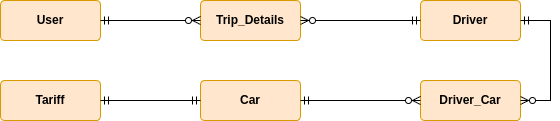
Above: docs/conceptual-model.png in 31esc/bd-project (draw.io), before the change. Source tidied: cells renumbered, new cells last; positions are measured from the earlier drawing's top-left corner, leaving out a move shared by most shapes. Its diagram source:
```xml
<mxGraphModel>
  <root>
    <mxCell id="0" />
    <mxCell id="1" parent="0" />
    <mxCell id="2" value="&lt;span style=&quot;font-weight: 700; text-wrap: nowrap;&quot;&gt;User&lt;/span&gt;" style="rounded=1;arcSize=10;whiteSpace=wrap;html=1;align=center;fillColor=#ffe6cc;strokeColor=#d79b00;" parent="1" vertex="1">
      <mxGeometry width="100" height="40" as="geometry" />
    </mxCell>
    <mxCell id="3" value="&lt;span style=&quot;font-family: Arial; font-weight: 700;&quot;&gt;Trip_Details&lt;/span&gt;" style="rounded=1;arcSize=10;whiteSpace=wrap;html=1;align=center;fillColor=#ffe6cc;strokeColor=#d79b00;" parent="1" vertex="1">
      <mxGeometry x="200" width="100" height="40" as="geometry" />
    </mxCell>
    <mxCell id="4" value="&lt;span style=&quot;font-weight: 700; text-wrap: nowrap;&quot;&gt;Driver&lt;/span&gt;" style="rounded=1;arcSize=10;whiteSpace=wrap;html=1;align=center;fillColor=#ffe6cc;strokeColor=#d79b00;" parent="1" vertex="1">
      <mxGeometry x="420" width="100" height="40" as="geometry" />
    </mxCell>
    <mxCell id="5" value="&lt;span style=&quot;font-weight: 700; text-wrap: nowrap;&quot;&gt;Driver_Car&lt;/span&gt;" style="rounded=1;arcSize=10;whiteSpace=wrap;html=1;align=center;fillColor=#ffe6cc;strokeColor=#d79b00;" parent="1" vertex="1">
      <mxGeometry x="420" y="80" width="100" height="40" as="geometry" />
    </mxCell>
    <mxCell id="6" value="&lt;span style=&quot;font-weight: 700; text-wrap: nowrap;&quot;&gt;Car&lt;/span&gt;" style="rounded=1;arcSize=10;whiteSpace=wrap;html=1;align=center;fillColor=#ffe6cc;strokeColor=#d79b00;" parent="1" vertex="1">
      <mxGeometry x="200" y="80" width="100" height="40" as="geometry" />
    </mxCell>
    <mxCell id="7" style="edgeStyle=entityRelationEdgeStyle;fontSize=12;html=1;endArrow=ERzeroToMany;startArrow=ERmandOne;rounded=0;exitX=1;exitY=0.5;exitDx=0;exitDy=0;entryX=0;entryY=0.5;entryDx=0;entryDy=0;" parent="1" edge="1" source="2" target="3">
      <mxGeometry relative="1" as="geometry" />
    </mxCell>
    <mxCell id="8" style="edgeStyle=entityRelationEdgeStyle;fontSize=12;html=1;endArrow=ERzeroToMany;startArrow=ERmandOne;rounded=0;exitX=0;exitY=0.5;exitDx=0;exitDy=0;entryX=1;entryY=0.5;entryDx=0;entryDy=0;" parent="1" edge="1" source="4" target="3">
      <mxGeometry relative="1" as="geometry">
        <Array as="points">
          <mxPoint x="350" y="20" />
        </Array>
      </mxGeometry>
    </mxCell>
    <mxCell id="9" style="edgeStyle=entityRelationEdgeStyle;fontSize=12;html=1;endArrow=ERzeroToMany;startArrow=ERmandOne;rounded=0;entryX=1;entryY=0.5;entryDx=0;entryDy=0;exitX=1;exitY=0.5;exitDx=0;exitDy=0;" parent="1" edge="1" source="4" target="5">
      <mxGeometry relative="1" as="geometry" />
    </mxCell>
    <mxCell id="10" style="edgeStyle=entityRelationEdgeStyle;fontSize=12;html=1;endArrow=ERzeroToMany;startArrow=ERmandOne;rounded=0;exitX=1;exitY=0.5;exitDx=0;exitDy=0;entryX=0;entryY=0.5;entryDx=0;entryDy=0;" parent="1" edge="1" source="6" target="5">
      <mxGeometry relative="1" as="geometry" />
    </mxCell>
    <mxCell id="11" value="&lt;span style=&quot;font-weight: 700; text-align: left;&quot;&gt;Tariff&lt;/span&gt;" style="rounded=1;arcSize=10;whiteSpace=wrap;html=1;align=center;fillColor=#ffe6cc;strokeColor=#d79b00;" parent="1" vertex="1">
      <mxGeometry y="80" width="100" height="40" as="geometry" />
    </mxCell>
    <mxCell id="12" style="edgeStyle=entityRelationEdgeStyle;fontSize=12;html=1;endArrow=ERmandOne;startArrow=ERmandOne;rounded=0;exitX=1;exitY=0.5;exitDx=0;exitDy=0;entryX=0;entryY=0.5;entryDx=0;entryDy=0;" parent="1" edge="1" source="11" target="6">
      <mxGeometry relative="1" as="geometry" />
    </mxCell>
  </root>
</mxGraphModel>
```
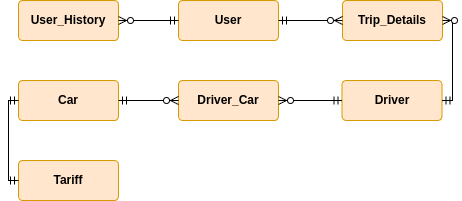
Above is the later version.

The edit, as a diff of the source:
```diff
@@ -3,41 +3,43 @@
     <mxCell id="0" />
     <mxCell id="1" parent="0" />
     <mxCell id="2" value="&lt;span style=&quot;font-weight: 700; text-wrap: nowrap;&quot;&gt;User&lt;/span&gt;" style="rounded=1;arcSize=10;whiteSpace=wrap;html=1;align=center;fillColor=#ffe6cc;strokeColor=#d79b00;" parent="1" vertex="1">
-      <mxGeometry width="100" height="40" as="geometry" />
+      <mxGeometry x="160" width="100" height="40" as="geometry" />
     </mxCell>
     <mxCell id="3" value="&lt;span style=&quot;font-family: Arial; font-weight: 700;&quot;&gt;Trip_Details&lt;/span&gt;" style="rounded=1;arcSize=10;whiteSpace=wrap;html=1;align=center;fillColor=#ffe6cc;strokeColor=#d79b00;" parent="1" vertex="1">
-      <mxGeometry x="200" width="100" height="40" as="geometry" />
+      <mxGeometry x="324" width="100" height="40" as="geometry" />
     </mxCell>
     <mxCell id="4" value="&lt;span style=&quot;font-weight: 700; text-wrap: nowrap;&quot;&gt;Driver&lt;/span&gt;" style="rounded=1;arcSize=10;whiteSpace=wrap;html=1;align=center;fillColor=#ffe6cc;strokeColor=#d79b00;" parent="1" vertex="1">
-      <mxGeometry x="420" width="100" height="40" as="geometry" />
+      <mxGeometry x="323.5" y="80" width="100" height="40" as="geometry" />
     </mxCell>
     <mxCell id="5" value="&lt;span style=&quot;font-weight: 700; text-wrap: nowrap;&quot;&gt;Driver_Car&lt;/span&gt;" style="rounded=1;arcSize=10;whiteSpace=wrap;html=1;align=center;fillColor=#ffe6cc;strokeColor=#d79b00;" parent="1" vertex="1">
-      <mxGeometry x="420" y="80" width="100" height="40" as="geometry" />
+      <mxGeometry x="160" y="80" width="100" height="40" as="geometry" />
     </mxCell>
     <mxCell id="6" value="&lt;span style=&quot;font-weight: 700; text-wrap: nowrap;&quot;&gt;Car&lt;/span&gt;" style="rounded=1;arcSize=10;whiteSpace=wrap;html=1;align=center;fillColor=#ffe6cc;strokeColor=#d79b00;" parent="1" vertex="1">
-      <mxGeometry x="200" y="80" width="100" height="40" as="geometry" />
+      <mxGeometry y="80" width="100" height="40" as="geometry" />
     </mxCell>
     <mxCell id="7" style="edgeStyle=entityRelationEdgeStyle;fontSize=12;html=1;endArrow=ERzeroToMany;startArrow=ERmandOne;rounded=0;exitX=1;exitY=0.5;exitDx=0;exitDy=0;entryX=0;entryY=0.5;entryDx=0;entryDy=0;" parent="1" edge="1" source="2" target="3">
       <mxGeometry relative="1" as="geometry" />
     </mxCell>
-    <mxCell id="8" style="edgeStyle=entityRelationEdgeStyle;fontSize=12;html=1;endArrow=ERzeroToMany;startArrow=ERmandOne;rounded=0;exitX=0;exitY=0.5;exitDx=0;exitDy=0;entryX=1;entryY=0.5;entryDx=0;entryDy=0;" parent="1" edge="1" source="4" target="3">
-      <mxGeometry relative="1" as="geometry">
-        <Array as="points">
-          <mxPoint x="350" y="20" />
-        </Array>
-      </mxGeometry>
+    <mxCell id="8" style="edgeStyle=orthogonalEdgeStyle;fontSize=12;html=1;endArrow=ERzeroToMany;startArrow=ERmandOne;rounded=0;entryX=1;entryY=0.5;entryDx=0;entryDy=0;exitX=1;exitY=0.5;exitDx=0;exitDy=0;elbow=vertical;" parent="1" edge="1" source="4" target="3">
+      <mxGeometry relative="1" as="geometry" />
     </mxCell>
-    <mxCell id="9" style="edgeStyle=entityRelationEdgeStyle;fontSize=12;html=1;endArrow=ERzeroToMany;startArrow=ERmandOne;rounded=0;entryX=1;entryY=0.5;entryDx=0;entryDy=0;exitX=1;exitY=0.5;exitDx=0;exitDy=0;" parent="1" edge="1" source="4" target="5">
+    <mxCell id="9" style="edgeStyle=entityRelationEdgeStyle;fontSize=12;html=1;endArrow=ERzeroToMany;startArrow=ERmandOne;rounded=0;entryX=1;entryY=0.5;entryDx=0;entryDy=0;exitX=0;exitY=0.5;exitDx=0;exitDy=0;" parent="1" edge="1" source="4" target="5">
       <mxGeometry relative="1" as="geometry" />
     </mxCell>
     <mxCell id="10" style="edgeStyle=entityRelationEdgeStyle;fontSize=12;html=1;endArrow=ERzeroToMany;startArrow=ERmandOne;rounded=0;exitX=1;exitY=0.5;exitDx=0;exitDy=0;entryX=0;entryY=0.5;entryDx=0;entryDy=0;" parent="1" edge="1" source="6" target="5">
       <mxGeometry relative="1" as="geometry" />
     </mxCell>
     <mxCell id="11" value="&lt;span style=&quot;font-weight: 700; text-align: left;&quot;&gt;Tariff&lt;/span&gt;" style="rounded=1;arcSize=10;whiteSpace=wrap;html=1;align=center;fillColor=#ffe6cc;strokeColor=#d79b00;" parent="1" vertex="1">
-      <mxGeometry y="80" width="100" height="40" as="geometry" />
+      <mxGeometry y="160" width="100" height="40" as="geometry" />
     </mxCell>
-    <mxCell id="12" style="edgeStyle=entityRelationEdgeStyle;fontSize=12;html=1;endArrow=ERmandOne;startArrow=ERmandOne;rounded=0;exitX=1;exitY=0.5;exitDx=0;exitDy=0;entryX=0;entryY=0.5;entryDx=0;entryDy=0;" parent="1" edge="1" source="11" target="6">
+    <mxCell id="12" style="edgeStyle=orthogonalEdgeStyle;fontSize=12;html=1;endArrow=ERmandOne;startArrow=ERmandOne;rounded=0;exitX=0;exitY=0.5;exitDx=0;exitDy=0;entryX=0;entryY=0.5;entryDx=0;entryDy=0;" parent="1" edge="1" source="11" target="6">
       <mxGeometry relative="1" as="geometry" />
     </mxCell>
+    <mxCell id="13" value="&lt;span style=&quot;font-weight: 700; text-wrap: nowrap;&quot;&gt;User_History&lt;/span&gt;" style="rounded=1;arcSize=10;whiteSpace=wrap;html=1;align=center;fillColor=#ffe6cc;strokeColor=#d79b00;" parent="1" vertex="1">
+      <mxGeometry width="100" height="40" as="geometry" />
+    </mxCell>
+    <mxCell id="14" style="edgeStyle=entityRelationEdgeStyle;fontSize=12;html=1;endArrow=ERzeroToMany;startArrow=ERmandOne;rounded=0;entryX=1;entryY=0.5;entryDx=0;entryDy=0;exitX=0;exitY=0.5;exitDx=0;exitDy=0;" parent="1" edge="1" source="2" target="13">
+      <mxGeometry relative="1" as="geometry" />
+    </mxCell>
   </root>
 </mxGraphModel>
```
